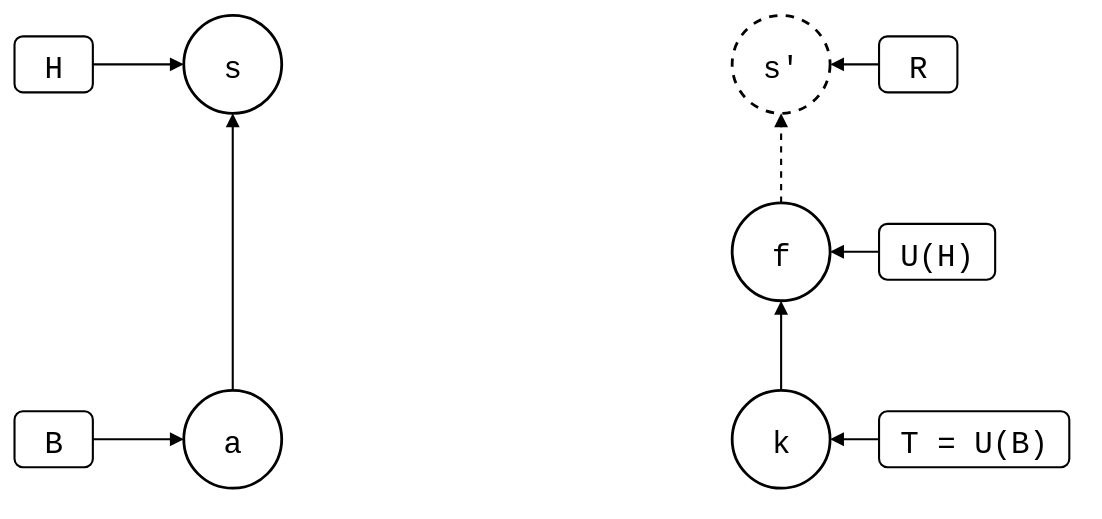
This is test/scenarios/up-to-date/squash-merged-pull/local-edit-in-the-squash/local-edit-in-the-squash.drawio.svg from roschaefer/git-splice, a draw.io export, as it was before one commit. Source tidied: cells renumbered, new cells last; positions are measured from the earlier drawing's top-left corner, leaving out a move shared by most shapes. The source it was exported from:
```xml
<mxGraphModel background="#ffffff">
  <root>
    <mxCell id="0" />
    <mxCell id="1" parent="0" />
    <mxCell id="2" value="a" style="ellipse;strokeWidth=2;fontSize=22;fontFamily=Roboto Mono,monospace;" parent="1" vertex="1">
      <mxGeometry x="121" y="268" width="70" height="70" as="geometry" />
    </mxCell>
    <mxCell id="3" value="s" style="ellipse;strokeWidth=2;fontSize=22;fontFamily=Roboto Mono,monospace;" parent="1" vertex="1">
      <mxGeometry x="121" width="70" height="70" as="geometry" />
    </mxCell>
    <mxCell id="4" value="k" style="ellipse;strokeWidth=2;fontSize=22;fontFamily=Roboto Mono,monospace;" parent="1" vertex="1">
      <mxGeometry x="513" y="268" width="70" height="70" as="geometry" />
    </mxCell>
    <mxCell id="5" value="f" style="ellipse;strokeWidth=2;fontSize=22;fontFamily=Roboto Mono,monospace;" parent="1" vertex="1">
      <mxGeometry x="513" y="134" width="70" height="70" as="geometry" />
    </mxCell>
    <mxCell id="6" value="s'" style="ellipse;strokeWidth=2;fontSize=22;fontFamily=Roboto Mono,monospace;dashed=1;" parent="1" vertex="1">
      <mxGeometry x="513" width="70" height="70" as="geometry" />
    </mxCell>
    <mxCell id="7" value="H" style="rounded=1;strokeWidth=1.5;fontSize=22;fontFamily=Roboto Mono,monospace;" parent="1" vertex="1">
      <mxGeometry y="15" width="56" height="40" as="geometry" />
    </mxCell>
    <mxCell id="8" style="endArrow=block;endFill=1;html=1;strokeWidth=1.5;rounded=0;" parent="1" edge="1" source="7" target="3">
      <mxGeometry relative="1" as="geometry" />
    </mxCell>
    <mxCell id="9" value="B" style="rounded=1;strokeWidth=1.5;fontSize=22;fontFamily=Roboto Mono,monospace;" parent="1" vertex="1">
      <mxGeometry y="283" width="56" height="40" as="geometry" />
    </mxCell>
    <mxCell id="10" style="endArrow=block;endFill=1;html=1;strokeWidth=1.5;rounded=0;" parent="1" edge="1" source="9" target="2">
      <mxGeometry relative="1" as="geometry" />
    </mxCell>
    <mxCell id="11" value="T = U(B)" style="rounded=1;strokeWidth=1.5;fontSize=22;fontFamily=Roboto Mono,monospace;" parent="1" vertex="1">
      <mxGeometry x="618" y="283" width="136" height="40" as="geometry" />
    </mxCell>
    <mxCell id="12" style="endArrow=block;endFill=1;html=1;strokeWidth=1.5;rounded=0;" parent="1" edge="1" source="11" target="4">
      <mxGeometry relative="1" as="geometry" />
    </mxCell>
    <mxCell id="13" value="U(H)" style="rounded=1;strokeWidth=1.5;fontSize=22;fontFamily=Roboto Mono,monospace;" parent="1" vertex="1">
      <mxGeometry x="618" y="149" width="83" height="40" as="geometry" />
    </mxCell>
    <mxCell id="14" style="endArrow=block;endFill=1;html=1;strokeWidth=1.5;rounded=0;" parent="1" edge="1" source="13" target="5">
      <mxGeometry relative="1" as="geometry" />
    </mxCell>
    <mxCell id="15" value="R" style="rounded=1;strokeWidth=1.5;fontSize=22;fontFamily=Roboto Mono,monospace;" parent="1" vertex="1">
      <mxGeometry x="618" y="15" width="56" height="40" as="geometry" />
    </mxCell>
    <mxCell id="16" style="endArrow=block;endFill=1;html=1;strokeWidth=1.5;rounded=0;" parent="1" edge="1" source="15" target="6">
      <mxGeometry relative="1" as="geometry" />
    </mxCell>
    <mxCell id="17" style="endArrow=block;endFill=1;html=1;strokeWidth=1.5;rounded=0;" parent="1" edge="1" source="2" target="3">
      <mxGeometry relative="1" as="geometry" />
    </mxCell>
    <mxCell id="18" style="endArrow=block;endFill=1;html=1;strokeWidth=1.5;rounded=0;" parent="1" edge="1" source="4" target="5">
      <mxGeometry relative="1" as="geometry" />
    </mxCell>
    <mxCell id="19" style="endArrow=block;endFill=1;html=1;strokeWidth=1.5;rounded=0;dashed=1;" parent="1" edge="1" source="5" target="6">
      <mxGeometry relative="1" as="geometry" />
    </mxCell>
  </root>
</mxGraphModel>
```
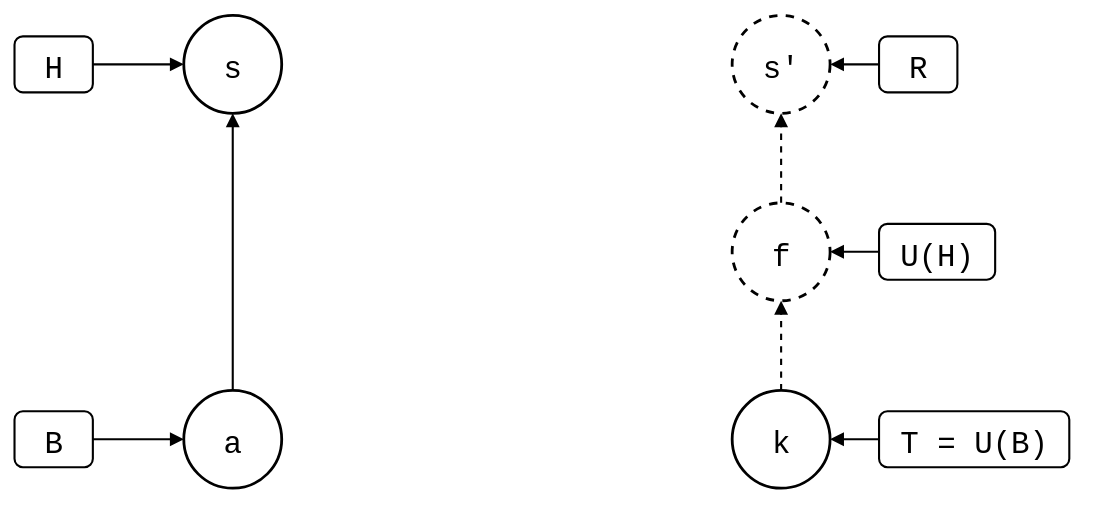
After the commit.

Diff of the diagram source:
```diff
@@ -11,7 +11,7 @@
     <mxCell id="4" value="k" style="ellipse;strokeWidth=2;fontSize=22;fontFamily=Roboto Mono,monospace;" parent="1" vertex="1">
       <mxGeometry x="513" y="268" width="70" height="70" as="geometry" />
     </mxCell>
-    <mxCell id="5" value="f" style="ellipse;strokeWidth=2;fontSize=22;fontFamily=Roboto Mono,monospace;" parent="1" vertex="1">
+    <mxCell id="5" value="f" style="ellipse;strokeWidth=2;fontSize=22;fontFamily=Roboto Mono,monospace;dashed=1;" parent="1" vertex="1">
       <mxGeometry x="513" y="134" width="70" height="70" as="geometry" />
     </mxCell>
     <mxCell id="6" value="s'" style="ellipse;strokeWidth=2;fontSize=22;fontFamily=Roboto Mono,monospace;dashed=1;" parent="1" vertex="1">
@@ -50,7 +50,7 @@
     <mxCell id="17" style="endArrow=block;endFill=1;html=1;strokeWidth=1.5;rounded=0;" parent="1" edge="1" source="2" target="3">
       <mxGeometry relative="1" as="geometry" />
     </mxCell>
-    <mxCell id="18" style="endArrow=block;endFill=1;html=1;strokeWidth=1.5;rounded=0;" parent="1" edge="1" source="4" target="5">
+    <mxCell id="18" style="endArrow=block;endFill=1;html=1;strokeWidth=1.5;rounded=0;dashed=1;" parent="1" edge="1" source="4" target="5">
       <mxGeometry relative="1" as="geometry" />
     </mxCell>
     <mxCell id="19" style="endArrow=block;endFill=1;html=1;strokeWidth=1.5;rounded=0;dashed=1;" parent="1" edge="1" source="5" target="6">
```
